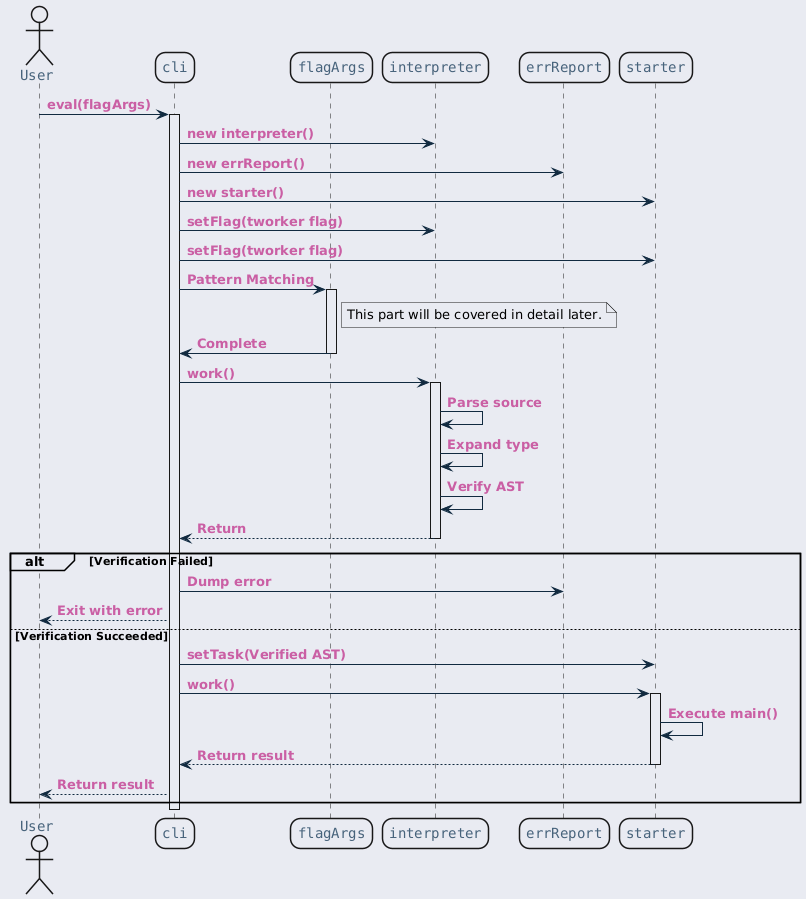
This is ref/generated/ko/inline_umlgraph_38.png from byeolang/website, a PlantUML export, as it was before one commit.
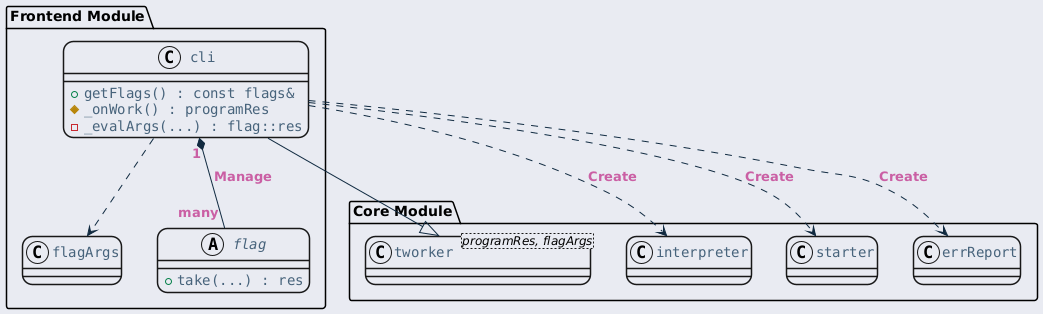
Later version of the same file.

Diff of the diagram source:
```diff
@@ -23,52 +23,36 @@
     }
 }
 </style>
-actor User
-participant "cli" as cli
-participant "flagArgs" as flags
-participant "interpreter" as ip
-participant "errReport" as report
-participant "starter" as st
+package "Core Module" {
+    class "tworker<programRes, flagArgs>" as tworker {
+    }
+    class interpreter {
+    }
+    class starter {
+    }
+    class errReport {
+    }
+}
 
-User -> cli : eval(flagArgs)
-activate cli
+package "Frontend Module" {
+    class cli {
+        + getFlags() : const flags&
+        # _onWork() : programRes
+        - _evalArgs(...) : flag::res
+    }
 
-cli -> ip : new interpreter()
-cli -> report : new errReport()
-cli -> st : new starter()
+    class flagArgs {
+    }
 
-cli -> ip : setFlag(tworker flag)
-cli -> st : setFlag(tworker flag)
+    abstract class flag {
+        + take(...) : res
+    }
 
-cli -> flags : Pattern Matching
-activate flags
-note right of flags
-  This part will be covered in detail later.
-end note
-flags -> cli: Complete
-deactivate flags
-
-cli -> ip : work()
-activate ip
-ip -> ip : Parse source
-ip -> ip : Expand type
-ip -> ip : Verify AST
-ip --> cli : Return
-deactivate ip
-
-alt Verification Failed
-    cli -> report : Dump error
-    cli --> User : Exit with error
-else Verification Succeeded
-    cli -> st : setTask(Verified AST)
-    cli -> st : work()
-    activate st
-    st -> st : Execute main()
-    st --> cli : Return result
-    deactivate st
-
-    cli --> User : Return result
-end
-
-deactivate cli
+    cli --|> tworker
+    cli ..> interpreter : Create
+    cli ..> starter : Create
+    cli ..> errReport : Create
+    cli ..> flagArgs
+    cli "1" *-- "many" flag : Manage
+}
 @enduml
```
